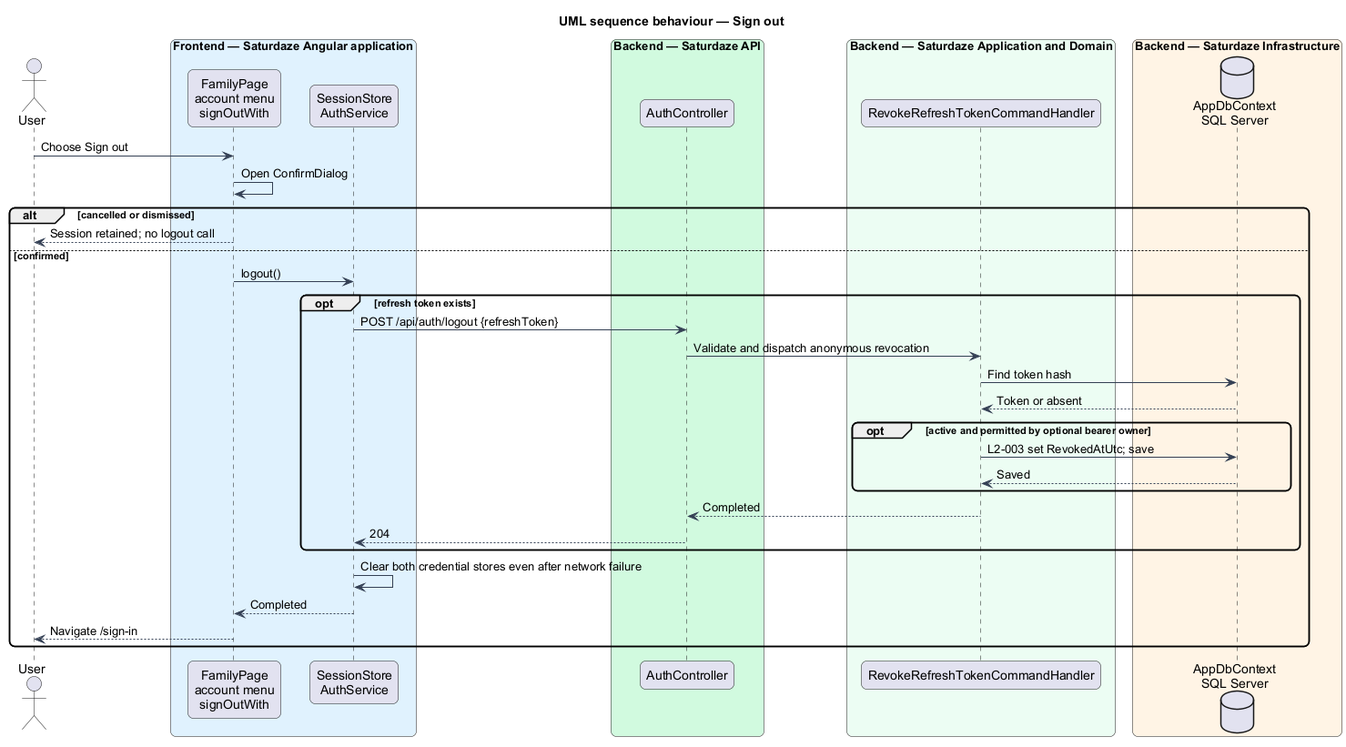
This is docs/detailed-designs/identity-and-access/sign-out/diagrams/sequence-sign-out.png from QuinntyneBrown/saturdaze, a PlantUML export, as it was before one commit. Source of this version:
```plantuml
@startuml
title UML sequence behaviour — Sign out
skinparam backgroundColor #FFFFFF
skinparam shadowing false
skinparam roundcorner 12
skinparam defaultFontName Arial
skinparam ArrowColor #344054
actor "User" as actor
box "Frontend — Saturdaze Angular application" #E0F2FE
 participant "FamilyPage\naccount menu\nsignOutWith" as page
 participant "SessionStore\nAuthService" as client
end box
box "Backend — Saturdaze API" #D1FADF
 participant "AuthController" as controller
end box
box "Backend — Saturdaze Application and Domain" #ECFDF3
 participant "RevokeRefreshTokenCommandHandler" as handler
end box
box "Backend — Saturdaze Infrastructure" #FFF4E5
 database "AppDbContext\nSQL Server" as db
end box
actor -> page : Choose Sign out
page -> page : Open ConfirmDialog
alt cancelled or dismissed
page --> actor : Session retained; no logout call
else confirmed
page -> client : logout()
opt refresh token exists
client -> controller : POST /api/auth/logout {refreshToken}
controller -> handler : Validate and dispatch anonymous revocation
handler -> db : Find token hash
db --> handler : Token or absent
opt active and permitted by optional bearer owner
handler -> db : L2-003 set RevokedAtUtc; save
db --> handler : Saved
end
handler --> controller : Completed
controller --> client : 204
end
client -> client : Clear both credential stores even after network failure
client --> page : Completed
page --> actor : Navigate /sign-in
end
@enduml
```
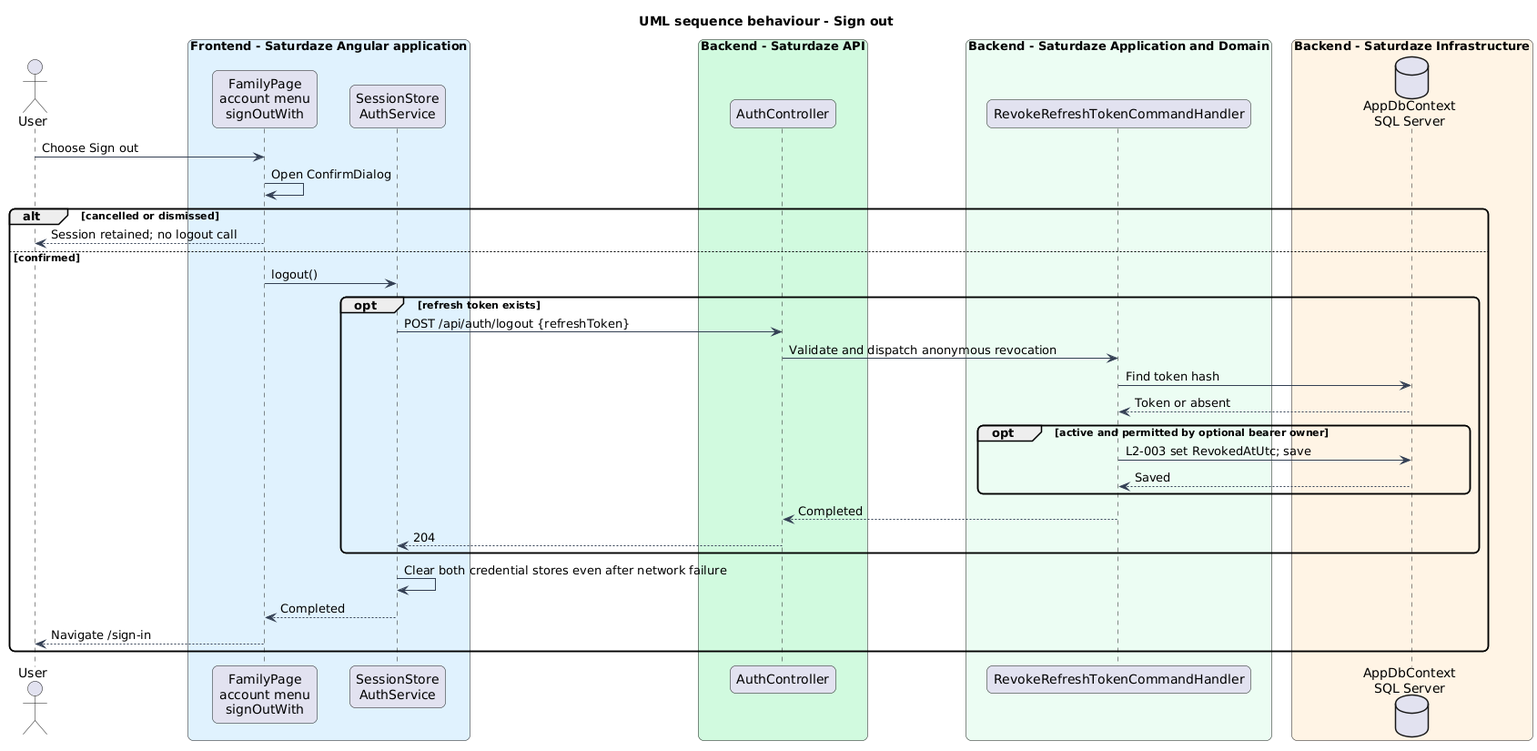
The same diagram one commit later.

The edit, as a diff of the source:
```diff
@@ -1,22 +1,22 @@
 @startuml
-title UML sequence behaviour — Sign out
+title UML sequence behaviour - Sign out
 skinparam backgroundColor #FFFFFF
 skinparam shadowing false
 skinparam roundcorner 12
 skinparam defaultFontName Arial
 skinparam ArrowColor #344054
 actor "User" as actor
-box "Frontend — Saturdaze Angular application" #E0F2FE
+box "Frontend - Saturdaze Angular application" #E0F2FE
  participant "FamilyPage\naccount menu\nsignOutWith" as page
  participant "SessionStore\nAuthService" as client
 end box
-box "Backend — Saturdaze API" #D1FADF
+box "Backend - Saturdaze API" #D1FADF
  participant "AuthController" as controller
 end box
-box "Backend — Saturdaze Application and Domain" #ECFDF3
+box "Backend - Saturdaze Application and Domain" #ECFDF3
  participant "RevokeRefreshTokenCommandHandler" as handler
 end box
-box "Backend — Saturdaze Infrastructure" #FFF4E5
+box "Backend - Saturdaze Infrastructure" #FFF4E5
  database "AppDbContext\nSQL Server" as db
 end box
 actor -> page : Choose Sign out
```
